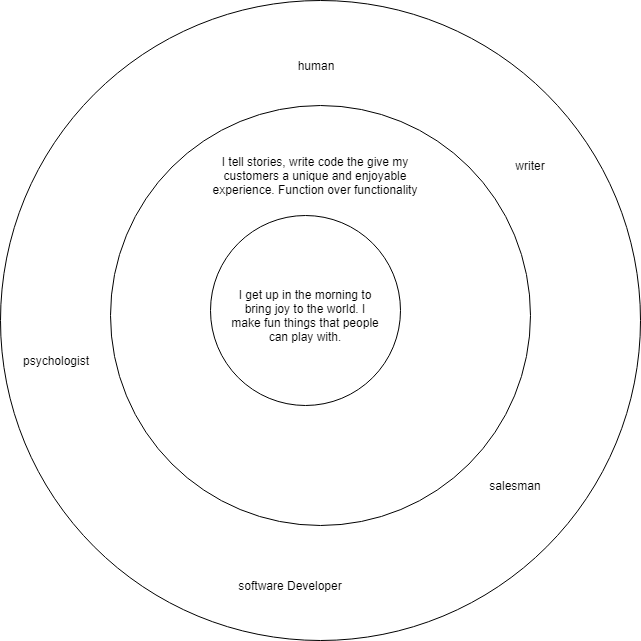
Monjoie11/Monjoie11.github.io keeps this draw.io diagram as goldencircle.png. Above is the earlier version. Source tidied: cells renumbered, new cells last; positions are measured from the earlier drawing's top-left corner, leaving out a move shared by most shapes. Its diagram source:
```xml
<mxGraphModel>
  <root>
    <mxCell id="0" />
    <mxCell id="1" parent="0" />
    <mxCell id="2" style="ellipse;whiteSpace=wrap;html=1;" parent="1" vertex="1">
      <mxGeometry width="640" height="640" as="geometry" />
    </mxCell>
    <mxCell id="3" style="ellipse;whiteSpace=wrap;html=1;" parent="1" vertex="1">
      <mxGeometry x="110" y="105" width="420" height="420" as="geometry" />
    </mxCell>
    <mxCell id="4" style="ellipse;whiteSpace=wrap;html=1;" parent="1" vertex="1">
      <mxGeometry x="210" y="215" width="190" height="190" as="geometry" />
    </mxCell>
    <mxCell id="5" value="I get up in the morning to bring joy to the world. I make fun things that people can play with." style="text;html=1;strokeColor=none;fillColor=none;align=center;verticalAlign=middle;whiteSpace=wrap;rounded=0;" parent="1" vertex="1">
      <mxGeometry x="230" y="270" width="150" height="90" as="geometry" />
    </mxCell>
    <mxCell id="6" value="I tell stories, write code the give my customers a unique and enjoyable experience. Function over functionality" style="text;html=1;strokeColor=none;fillColor=none;align=center;verticalAlign=middle;whiteSpace=wrap;rounded=0;" parent="1" vertex="1">
      <mxGeometry x="200" y="140" width="230" height="70" as="geometry" />
    </mxCell>
    <mxCell id="7" value="software Developer" style="text;html=1;strokeColor=none;fillColor=none;align=center;verticalAlign=middle;whiteSpace=wrap;rounded=0;" parent="1" vertex="1">
      <mxGeometry x="230" y="560" width="120" height="50" as="geometry" />
    </mxCell>
    <mxCell id="8" value="salesman" style="text;html=1;strokeColor=none;fillColor=none;align=center;verticalAlign=middle;whiteSpace=wrap;rounded=0;" parent="1" vertex="1">
      <mxGeometry x="460" y="460" width="110" height="50" as="geometry" />
    </mxCell>
    <mxCell id="9" value="human" style="text;html=1;strokeColor=none;fillColor=none;align=center;verticalAlign=middle;whiteSpace=wrap;rounded=0;" parent="1" vertex="1">
      <mxGeometry x="260" y="40" width="110" height="50" as="geometry" />
    </mxCell>
    <mxCell id="10" value="writer" style="text;html=1;strokeColor=none;fillColor=none;align=center;verticalAlign=middle;whiteSpace=wrap;rounded=0;" parent="1" vertex="1">
      <mxGeometry x="475" y="140" width="110" height="50" as="geometry" />
    </mxCell>
    <mxCell id="11" value="psychologist" style="text;html=1;strokeColor=none;fillColor=none;align=center;verticalAlign=middle;whiteSpace=wrap;rounded=0;" parent="1" vertex="1">
      <mxGeometry y="335" width="110" height="50" as="geometry" />
    </mxCell>
  </root>
</mxGraphModel>
```
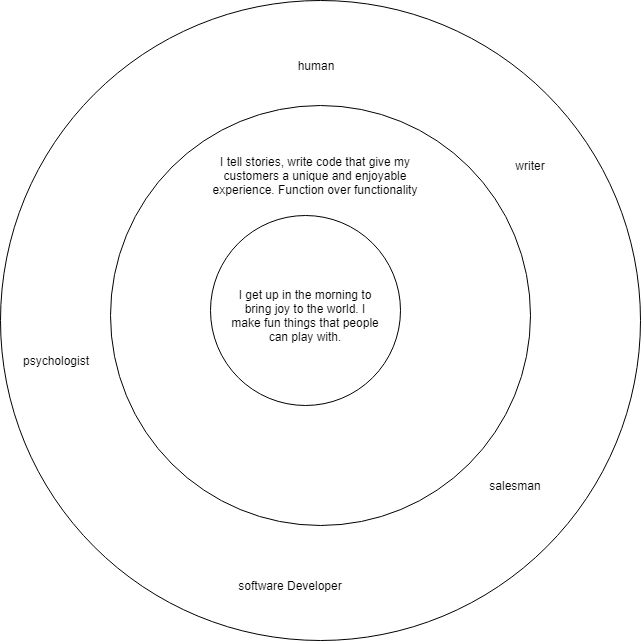
After the commit.

What changed in the source:
```diff
@@ -14,7 +14,7 @@
     <mxCell id="5" value="I get up in the morning to bring joy to the world. I make fun things that people can play with." style="text;html=1;strokeColor=none;fillColor=none;align=center;verticalAlign=middle;whiteSpace=wrap;rounded=0;" parent="1" vertex="1">
       <mxGeometry x="230" y="270" width="150" height="90" as="geometry" />
     </mxCell>
-    <mxCell id="6" value="I tell stories, write code the give my customers a unique and enjoyable experience. Function over functionality" style="text;html=1;strokeColor=none;fillColor=none;align=center;verticalAlign=middle;whiteSpace=wrap;rounded=0;" parent="1" vertex="1">
+    <mxCell id="6" value="I tell stories, write code that give my customers a unique and enjoyable experience. Function over functionality" style="text;html=1;strokeColor=none;fillColor=none;align=center;verticalAlign=middle;whiteSpace=wrap;rounded=0;" parent="1" vertex="1">
       <mxGeometry x="200" y="140" width="230" height="70" as="geometry" />
     </mxCell>
     <mxCell id="7" value="software Developer" style="text;html=1;strokeColor=none;fillColor=none;align=center;verticalAlign=middle;whiteSpace=wrap;rounded=0;" parent="1" vertex="1">
```
